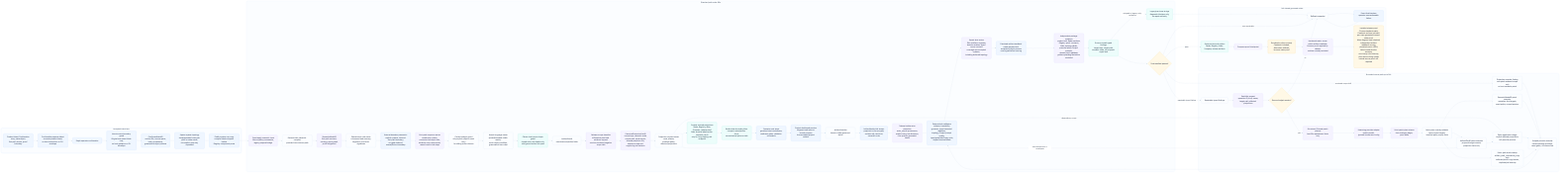
Above: odylith/atlas/source/domain-intelligence-greenfield-governance.png in odylith/odylith (Mermaid), before the change. Its source is kept beside it as odylith/atlas/source/domain-intelligence-greenfield-governance.mmd.
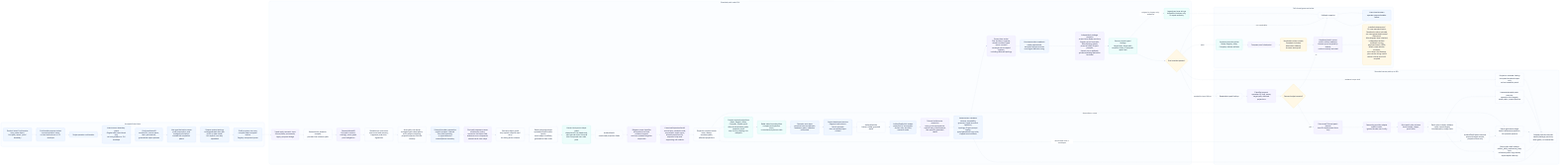
After the commit.

What changed in the source:
```diff
@@ -6,6 +6,7 @@
       confirm["Single operator confirmation"]
       source_guard["Intent source boundary guard<br/>Original user intent block only,<br/>no host guidance or CLI envelope"]
       confirmed_ir["ConfirmedIntentIR<br/>section IDs, source spans,<br/>hash, provenance,<br/>grammatical object phrases"]
+      non_goal_owner["Non-goal derivation owner<br/>proof, assumption, and ambiguity exclusions<br/>outside the completion parent"]
       sparse_systems["Sparse system topology<br/>terse/generated rows gain proof or state owner,<br/>rich explicit rows stay unpadded"]
       public_system_copy["Public system-row copy<br/>compiler labels stripped before<br/>Registry component prose"]
     end
@@ -16,11 +17,12 @@
       compiler["Deterministic semantic compiler<br/>provider-free common path"]
       semantic_ir["SemanticModelIR<br/>first-path contract,<br/>ontology, event graph,<br/>proof obligations"]
       actor_role_owner["Shared actor-role owner<br/>role nouns feed recovery,<br/>fragments, and actor signatures"]
+      actor_path_role["Actor path-role owner<br/>accepted-path descriptions,<br/>suffix-subject stripping,<br/>preposition/action-led role cleanup"]
       external_boundary["External boundary semantics<br/>explicit systems, inferred first-path boundary,<br/>or typed deferred manual/fixture boundary"]
       sequence_owner["First-path sequence owner<br/>modal actor chains,<br/>connector-led object tails,<br/>evidence noun compounds,<br/>named result-view steps"]
       subject_carry_guard["Carried-subject guard<br/>only explicit subjects seed carry<br/>for sibling action clauses"]
       result_language["Result-language owner<br/>quoted/bounded visible results,<br/>result-object modifiers,<br/>grammatical item order"]
-      prose_shape_guard["Clause-local prose-shape guard<br/>shared actor-role heads only,<br/>valid gerund action lists pass"]
+      prose_shape_guard["Clause-local prose-shape guard<br/>shared actor-role heads only,<br/>valid gerund action lists and<br/>title-compound user roles pass"]
       artifact_plan["ArtifactPlanIR<br/>sanctioned projection fields"]
       release_scope["Release-scope classifier<br/>affirmative proof and evidence support<br/>survives unrelated negative scope tails"]
       canonical_facts["CanonicalProjectionFactIR<br/>source layer, semantic node,<br/>source path, repair owner,<br/>allowed projection IDs,<br/>sequence-step and supporting-tail variants"]
@@ -69,8 +71,8 @@
       release_matrix["Installed release proof<br/>13-case standard matrix,<br/>Casebook surface included,<br/>per-case generated browser state proof,<br/>Atlas diagram state checked,<br/>independent artifact readback scoring,<br/>persisted matrix JSON,<br/>failed-create blocker excerpts,<br/>strict temp-root cleanup,<br/>plus rescue wiring smoke<br/>natural rescue proof still required"]
     end
 
-    visible_intent --> confirmable_stdout --> confirm --> source_guard --> confirmed_ir --> sparse_systems --> public_system_copy
-    public_system_copy --> apply_input --> compiler --> semantic_ir --> actor_role_owner --> external_boundary --> sequence_owner --> subject_carry_guard --> result_language --> prose_shape_guard --> artifact_plan --> release_scope --> canonical_facts --> projection_contract --> projections --> state_boundary_titles --> next_steps --> project_dashboard --> draft_set
+    visible_intent --> confirmable_stdout --> confirm --> source_guard --> confirmed_ir --> non_goal_owner --> sparse_systems --> public_system_copy
+    public_system_copy --> apply_input --> compiler --> semantic_ir --> actor_role_owner --> actor_path_role --> external_boundary --> sequence_owner --> subject_carry_guard --> result_language --> prose_shape_guard --> artifact_plan --> release_scope --> canonical_facts --> projection_contract --> projections --> state_boundary_titles --> next_steps --> project_dashboard --> draft_set
     draft_set --> artifact_units --> visible_actor_projection --> validators --> expert_lenses --> persisted_readback --> evidence_readback --> typed_findings --> final_manifest
     typed_findings -- "untyped or legacy-only evidence" --> legacy_blockers --> rollback
     final_manifest -- "pass" --> writes --> proof_log --> surface_custody --> matrix_scorer --> release_matrix
@@ -94,8 +96,8 @@
     classDef standard fill:#F8FAFC,stroke:#CBD5E1,color:#17233A,stroke-width:1.2px;
     classDef rescue fill:#FFF7ED,stroke:#FDBA74,color:#17233A,stroke-width:1.2px;
     classDef write fill:#F0FDF4,stroke:#86EFAC,color:#17233A,stroke-width:1.2px;
-    class visible_intent,confirmable_stdout,confirm,source_guard,confirmed_ir,sparse_systems,public_system_copy intent;
-    class apply_input,compiler,semantic_ir,actor_role_owner,external_boundary,sequence_owner,subject_carry_guard,result_language,prose_shape_guard,artifact_plan,release_scope,canonical_facts,projection_contract,projections,state_boundary_titles,next_steps,project_dashboard,draft_set,artifact_units,visible_actor_projection,validators,expert_lenses,persisted_readback,evidence_readback,typed_findings,legacy_blockers,final_manifest standard;
+    class visible_intent,confirmable_stdout,confirm,source_guard,confirmed_ir,non_goal_owner,sparse_systems,public_system_copy intent;
+    class apply_input,compiler,semantic_ir,actor_role_owner,actor_path_role,external_boundary,sequence_owner,subject_carry_guard,result_language,prose_shape_guard,artifact_plan,release_scope,canonical_facts,projection_contract,projections,state_boundary_titles,next_steps,project_dashboard,draft_set,artifact_units,visible_actor_projection,validators,expert_lenses,persisted_readback,evidence_readback,typed_findings,legacy_blockers,final_manifest standard;
     class repairable,patchset,rescue_budget,tribunal_planner,provider_adapter,strict_schema,custody_check,semantic_apply,plan_apply,scope_ledger,projection_rerender,copy_repair,rerender rescue;
     class writes,rollback,blockers,proof_log,surface_custody,matrix_scorer,release_matrix write;
 
```
